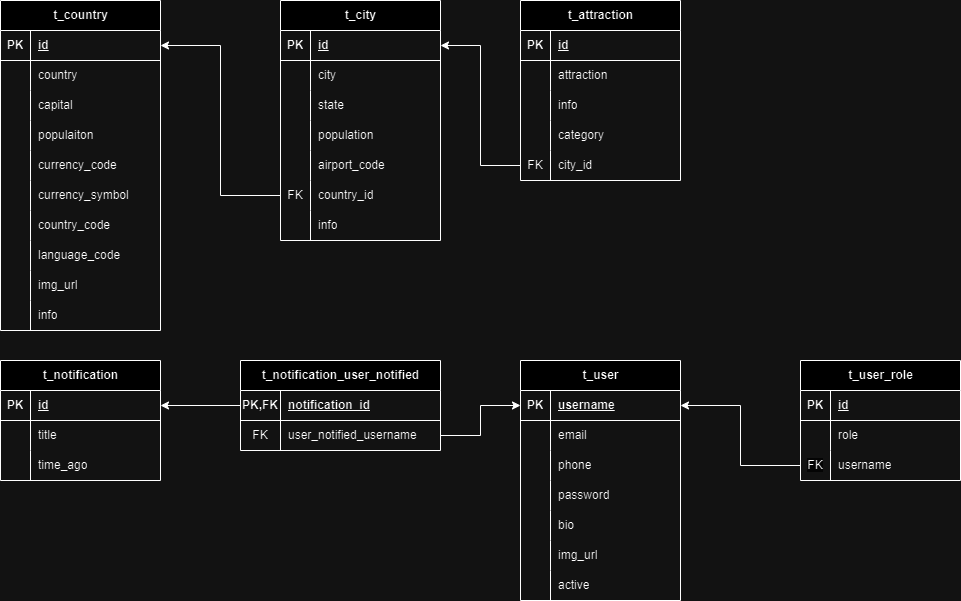
Before: docs/Diseño de la Base de Datos.drawio.png, a diagram exported from draw.io (PabloMerinas/Proyecto-Final-Pablo-Merinas-Soto). Source tidied: cells renumbered, new cells last; positions are measured from the earlier drawing's top-left corner, leaving out a move shared by most shapes.
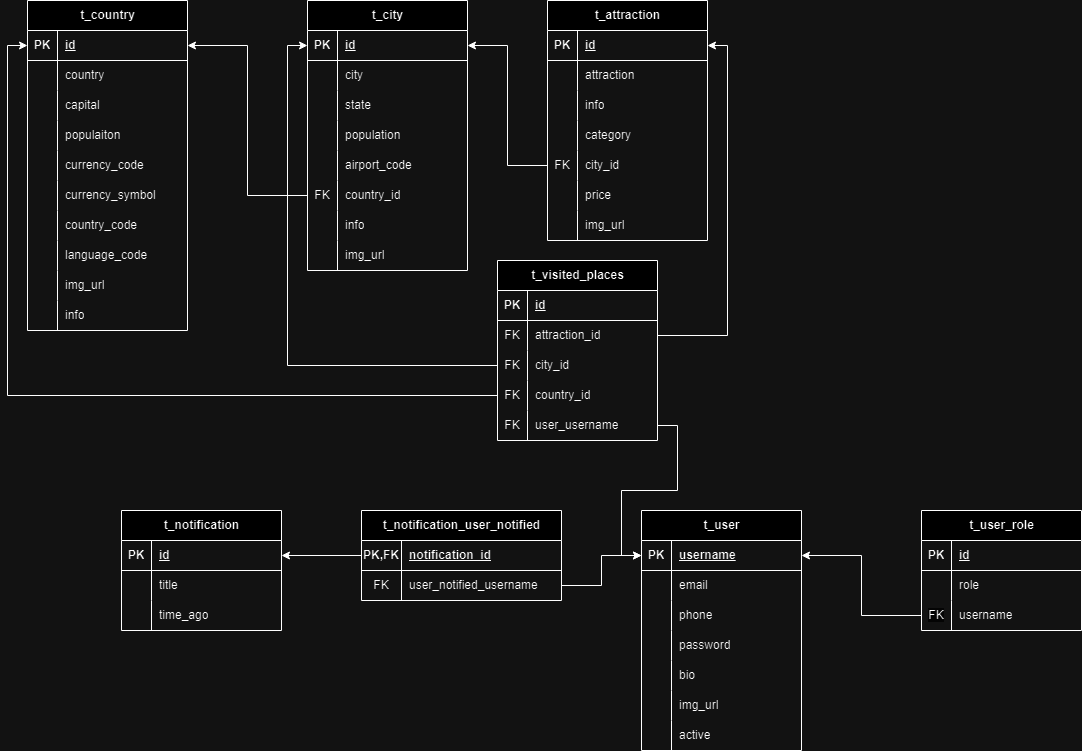
The same diagram one commit later.

What changed in the source:
```diff
@@ -3,7 +3,7 @@
     <mxCell id="0" />
     <mxCell id="1" parent="0" />
     <mxCell id="2" value="t_city" style="shape=table;startSize=30;rowLines=0;fontStyle=1;align=center;html=1;" parent="1" vertex="1">
-      <mxGeometry x="280" width="160" height="240" as="geometry" />
+      <mxGeometry x="186" y="-150" width="160" height="270" as="geometry" />
     </mxCell>
     <mxCell id="3" style="shape=tableRow;horizontal=0;startSize=0;swimlaneHead=0;swimlaneBody=0;fillColor=none;points=[[0,0.5],[1,0.5]];portConstraint=eastwest;top=0;left=0;right=0;bottom=1;" parent="2" vertex="1">
       <mxGeometry y="30" width="160" height="30" as="geometry" />
@@ -68,6 +68,15 @@
     <mxCell id="23" value="info" style="shape=partialRectangle;fillColor=none;top=0;left=0;bottom=0;right=0;align=left;spacingLeft=6;overflow=hidden;whiteSpace=wrap;html=1;" parent="21" vertex="1">
       <mxGeometry x="30" width="130" height="30" as="geometry" />
     </mxCell>
+    <mxCell id="125" style="shape=tableRow;horizontal=0;startSize=0;swimlaneHead=0;swimlaneBody=0;fillColor=none;top=0;left=0;right=0;bottom=0;" parent="2" vertex="1">
+      <mxGeometry y="240" width="160" height="30" as="geometry" />
+    </mxCell>
+    <mxCell id="126" style="shape=partialRectangle;fillColor=none;top=0;left=0;bottom=0;right=0;overflow=hidden;whiteSpace=wrap;html=1;" parent="125" vertex="1">
+      <mxGeometry width="30" height="30" as="geometry" />
+    </mxCell>
+    <mxCell id="127" value="img_url" style="shape=partialRectangle;fillColor=none;top=0;left=0;bottom=0;right=0;align=left;spacingLeft=6;overflow=hidden;whiteSpace=wrap;html=1;" parent="125" vertex="1">
+      <mxGeometry x="30" width="130" height="30" as="geometry" />
+    </mxCell>
     <mxCell id="24" value="t_user" style="shape=table;startSize=30;rowLines=0;fontStyle=1;align=center;html=1;" parent="1" vertex="1">
       <mxGeometry x="520" y="360" width="160" height="240" as="geometry" />
     </mxCell>
@@ -135,7 +144,7 @@
       <mxGeometry x="30" width="130" height="30" as="geometry" />
     </mxCell>
     <mxCell id="46" value="t_country" style="shape=table;startSize=30;rowLines=0;fontStyle=1;align=center;html=1;" parent="1" vertex="1">
-      <mxGeometry width="160" height="330" as="geometry" />
+      <mxGeometry x="-94" y="-150" width="160" height="330" as="geometry" />
     </mxCell>
     <mxCell id="47" style="shape=tableRow;horizontal=0;startSize=0;swimlaneHead=0;swimlaneBody=0;fillColor=none;points=[[0,0.5],[1,0.5]];portConstraint=eastwest;top=0;left=0;right=0;bottom=1;" parent="46" vertex="1">
       <mxGeometry y="30" width="160" height="30" as="geometry" />
@@ -228,7 +237,7 @@
       <mxGeometry x="30" width="130" height="30" as="geometry" />
     </mxCell>
     <mxCell id="77" value="t_attraction" style="shape=table;startSize=30;rowLines=0;fontStyle=1;align=center;html=1;" parent="1" vertex="1">
-      <mxGeometry x="520" width="160" height="180" as="geometry" />
+      <mxGeometry x="426" y="-150" width="160" height="240" as="geometry" />
     </mxCell>
     <mxCell id="78" style="shape=tableRow;horizontal=0;startSize=0;swimlaneHead=0;swimlaneBody=0;fillColor=none;points=[[0,0.5],[1,0.5]];portConstraint=eastwest;top=0;left=0;right=0;bottom=1;" parent="77" vertex="1">
       <mxGeometry y="30" width="160" height="30" as="geometry" />
@@ -275,6 +284,24 @@
     <mxCell id="92" value="city_id" style="shape=partialRectangle;fillColor=none;top=0;left=0;bottom=0;right=0;align=left;spacingLeft=6;overflow=hidden;whiteSpace=wrap;html=1;" parent="90" vertex="1">
       <mxGeometry x="30" width="130" height="30" as="geometry" />
     </mxCell>
+    <mxCell id="128" style="shape=tableRow;horizontal=0;startSize=0;swimlaneHead=0;swimlaneBody=0;fillColor=none;top=0;left=0;right=0;bottom=0;" parent="77" vertex="1">
+      <mxGeometry y="180" width="160" height="30" as="geometry" />
+    </mxCell>
+    <mxCell id="129" style="shape=partialRectangle;fillColor=none;top=0;left=0;bottom=0;right=0;overflow=hidden;whiteSpace=wrap;html=1;" parent="128" vertex="1">
+      <mxGeometry width="30" height="30" as="geometry" />
+    </mxCell>
+    <mxCell id="130" value="price" style="shape=partialRectangle;fillColor=none;top=0;left=0;bottom=0;right=0;align=left;spacingLeft=6;overflow=hidden;whiteSpace=wrap;html=1;" parent="128" vertex="1">
+      <mxGeometry x="30" width="130" height="30" as="geometry" />
+    </mxCell>
+    <mxCell id="131" style="shape=tableRow;horizontal=0;startSize=0;swimlaneHead=0;swimlaneBody=0;fillColor=none;top=0;left=0;right=0;bottom=0;" parent="77" vertex="1">
+      <mxGeometry y="210" width="160" height="30" as="geometry" />
+    </mxCell>
+    <mxCell id="132" style="shape=partialRectangle;fillColor=none;top=0;left=0;bottom=0;right=0;overflow=hidden;whiteSpace=wrap;html=1;" parent="131" vertex="1">
+      <mxGeometry width="30" height="30" as="geometry" />
+    </mxCell>
+    <mxCell id="133" value="img_url" style="shape=partialRectangle;fillColor=none;top=0;left=0;bottom=0;right=0;align=left;spacingLeft=6;overflow=hidden;whiteSpace=wrap;html=1;" parent="131" vertex="1">
+      <mxGeometry x="30" width="130" height="30" as="geometry" />
+    </mxCell>
     <mxCell id="93" value="t_notification" style="shape=table;startSize=30;rowLines=0;fontStyle=1;align=center;html=1;" parent="1" vertex="1">
       <mxGeometry y="360" width="160" height="120" as="geometry" />
     </mxCell>
@@ -371,5 +398,65 @@
     <mxCell id="124" style="edgeStyle=orthogonalEdgeStyle;rounded=0;jettySize=auto;html=1;entryX=0;entryY=0.5;entryDx=0;entryDy=0;" parent="1" edge="1" source="107" target="25">
       <mxGeometry relative="1" as="geometry" />
     </mxCell>
+    <mxCell id="134" value="t_visited_places" style="shape=table;startSize=30;rowLines=0;fontStyle=1;align=center;html=1;" parent="1" vertex="1">
+      <mxGeometry x="376" y="110" width="160" height="180" as="geometry" />
+    </mxCell>
+    <mxCell id="135" style="shape=tableRow;horizontal=0;startSize=0;swimlaneHead=0;swimlaneBody=0;fillColor=none;top=0;left=0;right=0;bottom=1;" parent="134" vertex="1">
+      <mxGeometry y="30" width="160" height="30" as="geometry" />
+    </mxCell>
+    <mxCell id="136" value="PK" style="shape=partialRectangle;fillColor=none;top=0;left=0;bottom=0;right=0;fontStyle=1;overflow=hidden;whiteSpace=wrap;html=1;" parent="135" vertex="1">
+      <mxGeometry width="30" height="30" as="geometry" />
+    </mxCell>
+    <mxCell id="137" value="id&lt;span style=&quot;white-space: pre;&quot;&gt;&#9;&lt;/span&gt;" style="shape=partialRectangle;fillColor=none;top=0;left=0;bottom=0;right=0;align=left;spacingLeft=6;fontStyle=5;overflow=hidden;whiteSpace=wrap;html=1;" parent="135" vertex="1">
+      <mxGeometry x="30" width="130" height="30" as="geometry" />
+    </mxCell>
+    <mxCell id="138" style="shape=tableRow;horizontal=0;startSize=0;swimlaneHead=0;swimlaneBody=0;fillColor=none;points=[[0,0.5],[1,0.5]];portConstraint=eastwest;top=0;left=0;right=0;bottom=0;" parent="134" vertex="1">
+      <mxGeometry y="60" width="160" height="30" as="geometry" />
+    </mxCell>
+    <mxCell id="139" value="FK" style="shape=partialRectangle;fillColor=none;top=0;left=0;bottom=0;right=0;overflow=hidden;whiteSpace=wrap;html=1;" parent="138" vertex="1">
+      <mxGeometry width="30" height="30" as="geometry" />
+    </mxCell>
+    <mxCell id="140" value="attraction_id" style="shape=partialRectangle;fillColor=none;top=0;left=0;bottom=0;right=0;align=left;spacingLeft=6;overflow=hidden;whiteSpace=wrap;html=1;" parent="138" vertex="1">
+      <mxGeometry x="30" width="130" height="30" as="geometry" />
+    </mxCell>
+    <mxCell id="141" style="shape=tableRow;horizontal=0;startSize=0;swimlaneHead=0;swimlaneBody=0;fillColor=none;points=[[0,0.5],[1,0.5]];portConstraint=eastwest;top=0;left=0;right=0;bottom=0;" parent="134" vertex="1">
+      <mxGeometry y="90" width="160" height="30" as="geometry" />
+    </mxCell>
+    <mxCell id="142" value="FK" style="shape=partialRectangle;fillColor=none;top=0;left=0;bottom=0;right=0;overflow=hidden;whiteSpace=wrap;html=1;" parent="141" vertex="1">
+      <mxGeometry width="30" height="30" as="geometry" />
+    </mxCell>
+    <mxCell id="143" value="city_id" style="shape=partialRectangle;fillColor=none;top=0;left=0;bottom=0;right=0;align=left;spacingLeft=6;overflow=hidden;whiteSpace=wrap;html=1;" parent="141" vertex="1">
+      <mxGeometry x="30" width="130" height="30" as="geometry" />
+    </mxCell>
+    <mxCell id="144" style="shape=tableRow;horizontal=0;startSize=0;swimlaneHead=0;swimlaneBody=0;fillColor=none;points=[[0,0.5],[1,0.5]];portConstraint=eastwest;top=0;left=0;right=0;bottom=0;" parent="134" vertex="1">
+      <mxGeometry y="120" width="160" height="30" as="geometry" />
+    </mxCell>
+    <mxCell id="145" value="FK" style="shape=partialRectangle;fillColor=none;top=0;left=0;bottom=0;right=0;overflow=hidden;whiteSpace=wrap;html=1;" parent="144" vertex="1">
+      <mxGeometry width="30" height="30" as="geometry" />
+    </mxCell>
+    <mxCell id="146" value="country_id" style="shape=partialRectangle;fillColor=none;top=0;left=0;bottom=0;right=0;align=left;spacingLeft=6;overflow=hidden;whiteSpace=wrap;html=1;" parent="144" vertex="1">
+      <mxGeometry x="30" width="130" height="30" as="geometry" />
+    </mxCell>
+    <mxCell id="147" style="shape=tableRow;horizontal=0;startSize=0;swimlaneHead=0;swimlaneBody=0;fillColor=none;points=[[0,0.5],[1,0.5]];portConstraint=eastwest;top=0;left=0;right=0;bottom=0;" parent="134" vertex="1">
+      <mxGeometry y="150" width="160" height="30" as="geometry" />
+    </mxCell>
+    <mxCell id="148" value="FK" style="shape=partialRectangle;fillColor=none;top=0;left=0;bottom=0;right=0;overflow=hidden;whiteSpace=wrap;html=1;" parent="147" vertex="1">
+      <mxGeometry width="30" height="30" as="geometry" />
+    </mxCell>
+    <mxCell id="149" value="user_username" style="shape=partialRectangle;fillColor=none;top=0;left=0;bottom=0;right=0;align=left;spacingLeft=6;overflow=hidden;whiteSpace=wrap;html=1;" parent="147" vertex="1">
+      <mxGeometry x="30" width="130" height="30" as="geometry" />
+    </mxCell>
+    <mxCell id="150" style="edgeStyle=orthogonalEdgeStyle;rounded=0;jettySize=auto;html=1;entryX=1;entryY=0.5;entryDx=0;entryDy=0;" parent="1" edge="1" source="138" target="78">
+      <mxGeometry relative="1" as="geometry" />
+    </mxCell>
+    <mxCell id="151" style="edgeStyle=orthogonalEdgeStyle;rounded=0;jettySize=auto;html=1;entryX=0;entryY=0.5;entryDx=0;entryDy=0;" parent="1" edge="1" source="141" target="3">
+      <mxGeometry relative="1" as="geometry" />
+    </mxCell>
+    <mxCell id="152" style="edgeStyle=orthogonalEdgeStyle;rounded=0;jettySize=auto;html=1;entryX=0;entryY=0.5;entryDx=0;entryDy=0;" parent="1" edge="1" source="144" target="47">
+      <mxGeometry relative="1" as="geometry" />
+    </mxCell>
+    <mxCell id="153" style="edgeStyle=orthogonalEdgeStyle;rounded=0;jettySize=auto;html=1;entryX=0;entryY=0.5;entryDx=0;entryDy=0;" parent="1" edge="1" source="147" target="25">
+      <mxGeometry relative="1" as="geometry" />
+    </mxCell>
   </root>
 </mxGraphModel>
```
